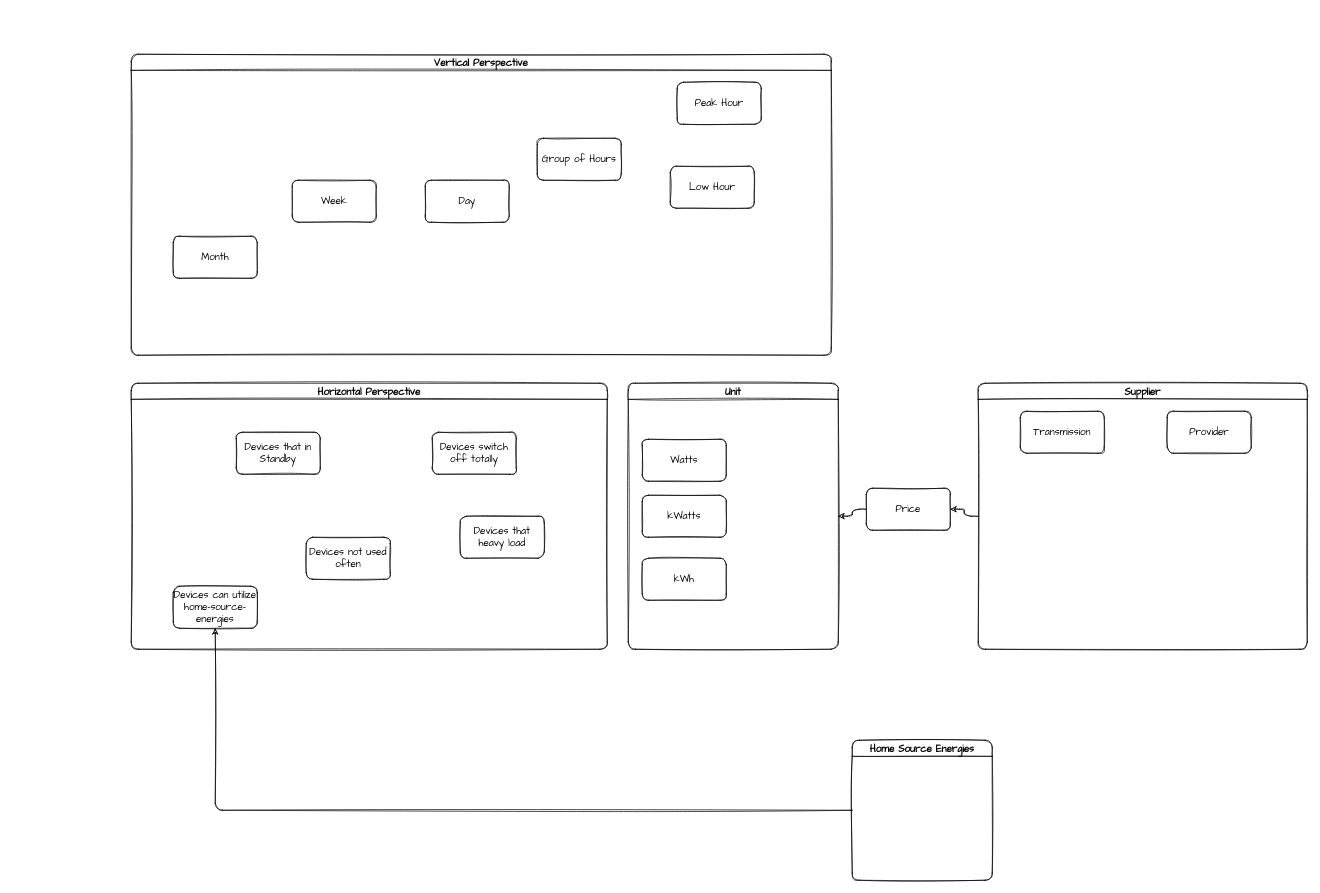
Above: page "Page" (1 of 8) of diagr-20221104-home-elect.drawio in khiem111189/home-elect (draw.io), before the change. Source tidied: cells renumbered, new cells numbered last; positions are measured from the earlier drawing's top-left corner, leaving out a move shared by most shapes. Both pictures are drawn from the tidied source at 70%, with x=0, y=0 at pixel (131, 54).
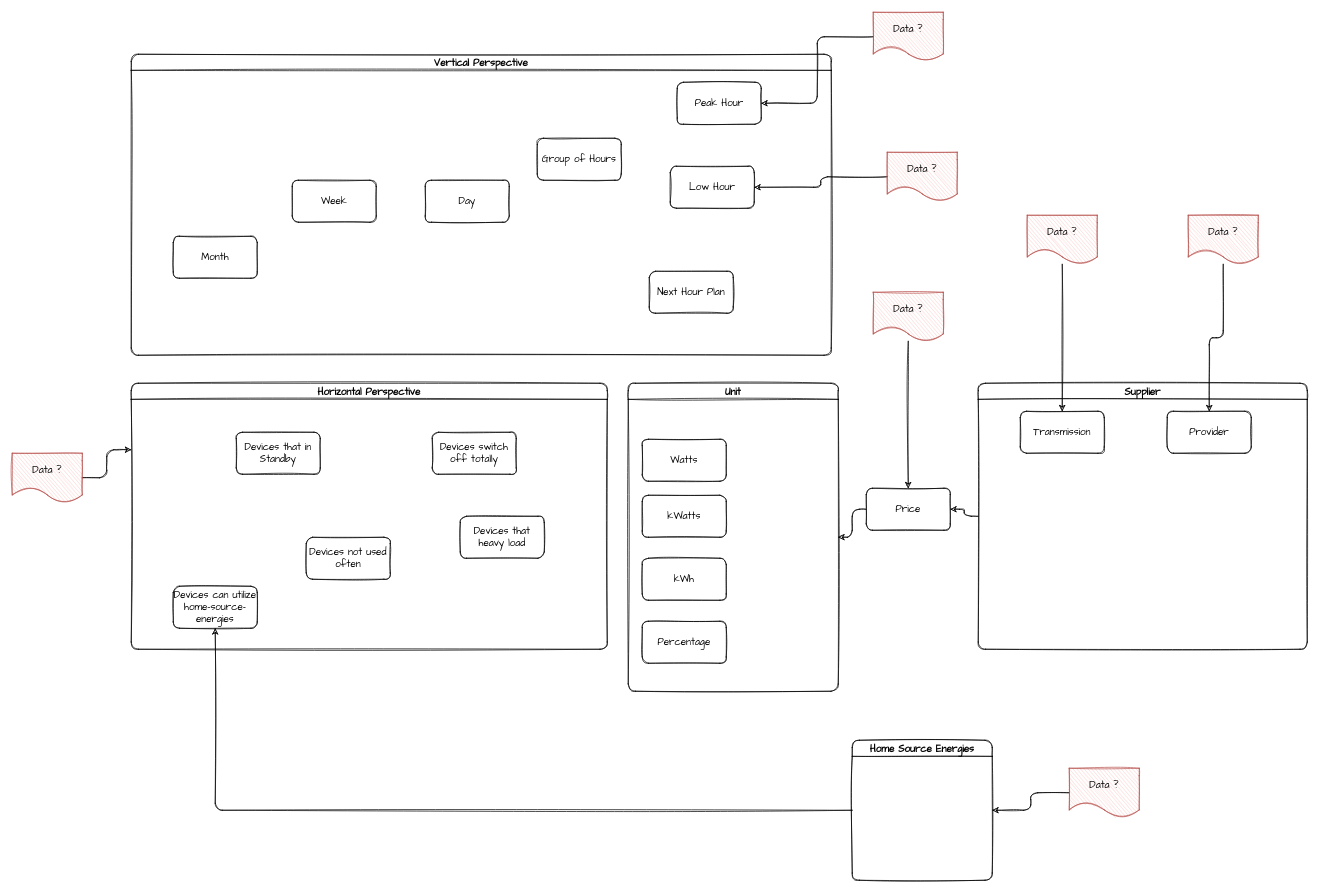
Above is the later version.

The change refers to these unchanged cells:
```xml
<mxCell id="2" value="Vertical Perspective" style="swimlane;rounded=1;shadow=0;sketch=1;fontSize=14;fontFamily=Comic Sans MS;" parent="1" vertex="1">
  <mxGeometry width="1000" height="430" as="geometry" />
</mxCell>
<mxCell id="7" value="Peak Hour" style="rounded=1;whiteSpace=wrap;html=1;fontFamily=Comic Sans MS;sketch=1;fontSize=14;" parent="2" vertex="1">
  <mxGeometry x="780" y="40" width="120" height="60" as="geometry" />
</mxCell>
<mxCell id="8" value="Low Hour" style="rounded=1;whiteSpace=wrap;html=1;fontFamily=Comic Sans MS;sketch=1;fontSize=14;" parent="2" vertex="1">
  <mxGeometry x="770" y="160" width="120" height="60" as="geometry" />
</mxCell>
<mxCell id="9" value="Horizontal Perspective" style="swimlane;rounded=1;shadow=0;sketch=1;fontFamily=Comic Sans MS;fontSize=14;" parent="1" vertex="1">
  <mxGeometry y="470" width="680" height="380" as="geometry" />
</mxCell>
<mxCell id="21" value="Transmission" style="rounded=1;whiteSpace=wrap;html=1;shadow=0;sketch=1;fontFamily=Comic Sans MS;fontSize=14;" parent="20" vertex="1">
  <mxGeometry x="60" y="40" width="120" height="60" as="geometry" />
</mxCell>
<mxCell id="22" value="Provider" style="rounded=1;whiteSpace=wrap;html=1;shadow=0;sketch=1;fontFamily=Comic Sans MS;fontSize=14;" parent="20" vertex="1">
  <mxGeometry x="270" y="40" width="120" height="60" as="geometry" />
</mxCell>
<mxCell id="24" value="Price" style="rounded=1;whiteSpace=wrap;html=1;shadow=0;sketch=1;fontFamily=Comic Sans MS;fontSize=14;" parent="1" vertex="1">
  <mxGeometry x="1050" y="620" width="120" height="60" as="geometry" />
</mxCell>
<mxCell id="26" value="Home Source Energies" style="swimlane;rounded=1;shadow=0;sketch=1;fontFamily=Comic Sans MS;fontSize=14;" parent="1" vertex="1">
  <mxGeometry x="1030" y="980" width="200" height="200" as="geometry" />
</mxCell>
```

The edit, as a diff of the source:
```diff
@@
+    <mxCell id="27" value="Next Hour Plan" style="rounded=1;whiteSpace=wrap;html=1;fontFamily=Comic Sans MS;sketch=1;fontSize=14;" parent="2" vertex="1">
+      <mxGeometry x="740" y="310" width="120" height="60" as="geometry" />
+    </mxCell>
@@
     <mxCell id="15" value="Unit" style="swimlane;rounded=1;shadow=0;sketch=1;fontFamily=Comic Sans MS;fontSize=14;" parent="1" vertex="1">
-      <mxGeometry x="710" y="470" width="300" height="380" as="geometry" />
+      <mxGeometry x="710" y="470" width="300" height="440" as="geometry" />
     </mxCell>
@@
+    <mxCell id="28" value="Percentage" style="rounded=1;whiteSpace=wrap;html=1;shadow=0;sketch=1;fontFamily=Comic Sans MS;fontSize=14;" parent="15" vertex="1">
+      <mxGeometry x="20" y="340" width="120" height="60" as="geometry" />
+    </mxCell>
@@
+    <mxCell id="29" style="edgeStyle=orthogonalEdgeStyle;rounded=1;jettySize=auto;html=1;fontFamily=Comic Sans MS;fontSize=14;sketch=1;" parent="1" edge="1" source="30" target="22">
+      <mxGeometry relative="1" as="geometry" />
+    </mxCell>
+    <mxCell id="30" value="Data ?" style="shape=document;whiteSpace=wrap;html=1;boundedLbl=1;dashed=0;flipH=1;sketch=1;fillColor=#f8cecc;strokeColor=#b85450;fontFamily=Comic Sans MS;fontSize=14;" parent="1" vertex="1">
+      <mxGeometry x="1510" y="230" width="100" height="70" as="geometry" />
+    </mxCell>
+    <mxCell id="31" style="edgeStyle=orthogonalEdgeStyle;shape=connector;rounded=1;sketch=1;jettySize=auto;html=1;labelBackgroundColor=default;strokeColor=default;fontFamily=Comic Sans MS;fontSize=14;fontColor=default;endArrow=classic;" parent="1" edge="1" source="32" target="21">
+      <mxGeometry relative="1" as="geometry" />
+    </mxCell>
+    <mxCell id="32" value="Data ?" style="shape=document;whiteSpace=wrap;html=1;boundedLbl=1;dashed=0;flipH=1;sketch=1;fillColor=#f8cecc;strokeColor=#b85450;fontFamily=Comic Sans MS;fontSize=14;" parent="1" vertex="1">
+      <mxGeometry x="1280" y="230" width="100" height="70" as="geometry" />
+    </mxCell>
+    <mxCell id="33" style="edgeStyle=orthogonalEdgeStyle;shape=connector;rounded=1;sketch=1;jettySize=auto;html=1;labelBackgroundColor=default;strokeColor=default;fontFamily=Comic Sans MS;fontSize=14;fontColor=default;endArrow=classic;entryX=1;entryY=0.5;entryDx=0;entryDy=0;" parent="1" edge="1" source="34" target="26">
+      <mxGeometry relative="1" as="geometry" />
+    </mxCell>
+    <mxCell id="34" value="Data ?" style="shape=document;whiteSpace=wrap;html=1;boundedLbl=1;dashed=0;flipH=1;sketch=1;fillColor=#f8cecc;strokeColor=#b85450;fontFamily=Comic Sans MS;fontSize=14;" parent="1" vertex="1">
+      <mxGeometry x="1340" y="1020" width="100" height="70" as="geometry" />
+    </mxCell>
+    <mxCell id="35" style="edgeStyle=orthogonalEdgeStyle;shape=connector;rounded=1;sketch=1;jettySize=auto;html=1;entryX=0.5;entryY=0;entryDx=0;entryDy=0;labelBackgroundColor=default;strokeColor=default;fontFamily=Comic Sans MS;fontSize=14;fontColor=default;endArrow=classic;" parent="1" edge="1" source="36" target="24">
+      <mxGeometry relative="1" as="geometry" />
+    </mxCell>
+    <mxCell id="36" value="Data ?" style="shape=document;whiteSpace=wrap;html=1;boundedLbl=1;dashed=0;flipH=1;sketch=1;fillColor=#f8cecc;strokeColor=#b85450;fontFamily=Comic Sans MS;fontSize=14;" parent="1" vertex="1">
+      <mxGeometry x="1060" y="340" width="100" height="70" as="geometry" />
+    </mxCell>
+    <mxCell id="37" style="edgeStyle=orthogonalEdgeStyle;shape=connector;rounded=1;sketch=1;jettySize=auto;html=1;entryX=0;entryY=0.25;entryDx=0;entryDy=0;labelBackgroundColor=default;strokeColor=default;fontFamily=Comic Sans MS;fontSize=14;fontColor=default;endArrow=classic;" parent="1" edge="1" source="38" target="9">
+      <mxGeometry relative="1" as="geometry" />
+    </mxCell>
+    <mxCell id="38" value="Data ?" style="shape=document;whiteSpace=wrap;html=1;boundedLbl=1;dashed=0;flipH=1;sketch=1;fillColor=#f8cecc;strokeColor=#b85450;fontFamily=Comic Sans MS;fontSize=14;" parent="1" vertex="1">
+      <mxGeometry x="-170" y="570" width="100" height="70" as="geometry" />
+    </mxCell>
+    <mxCell id="39" style="edgeStyle=orthogonalEdgeStyle;shape=connector;rounded=1;sketch=1;jettySize=auto;html=1;entryX=1;entryY=0.5;entryDx=0;entryDy=0;labelBackgroundColor=default;strokeColor=default;fontFamily=Comic Sans MS;fontSize=14;fontColor=default;endArrow=classic;" parent="1" edge="1" source="40" target="7">
+      <mxGeometry relative="1" as="geometry" />
+    </mxCell>
+    <mxCell id="40" value="Data ?" style="shape=document;whiteSpace=wrap;html=1;boundedLbl=1;dashed=0;flipH=1;sketch=1;fillColor=#f8cecc;strokeColor=#b85450;fontFamily=Comic Sans MS;fontSize=14;" parent="1" vertex="1">
+      <mxGeometry x="1060" y="-60" width="100" height="70" as="geometry" />
+    </mxCell>
+    <mxCell id="41" style="edgeStyle=orthogonalEdgeStyle;shape=connector;rounded=1;sketch=1;jettySize=auto;html=1;entryX=1;entryY=0.5;entryDx=0;entryDy=0;labelBackgroundColor=default;strokeColor=default;fontFamily=Comic Sans MS;fontSize=14;fontColor=default;endArrow=classic;" parent="1" edge="1" source="42" target="8">
+      <mxGeometry relative="1" as="geometry" />
+    </mxCell>
+    <mxCell id="42" value="Data ?" style="shape=document;whiteSpace=wrap;html=1;boundedLbl=1;dashed=0;flipH=1;sketch=1;fillColor=#f8cecc;strokeColor=#b85450;fontFamily=Comic Sans MS;fontSize=14;" parent="1" vertex="1">
+      <mxGeometry x="1080" y="140" width="100" height="70" as="geometry" />
+    </mxCell>
```
